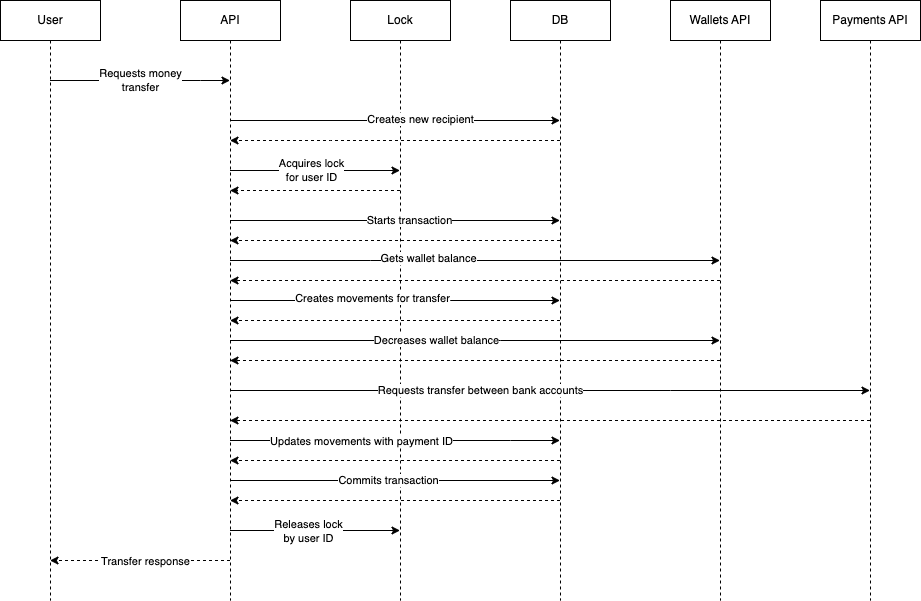
Before: docs/sequence.png, a diagram exported from draw.io (ariel17/ontop_challenge). Source tidied: cells renumbered, new cells last; positions are measured from the earlier drawing's top-left corner, leaving out a move shared by most shapes.
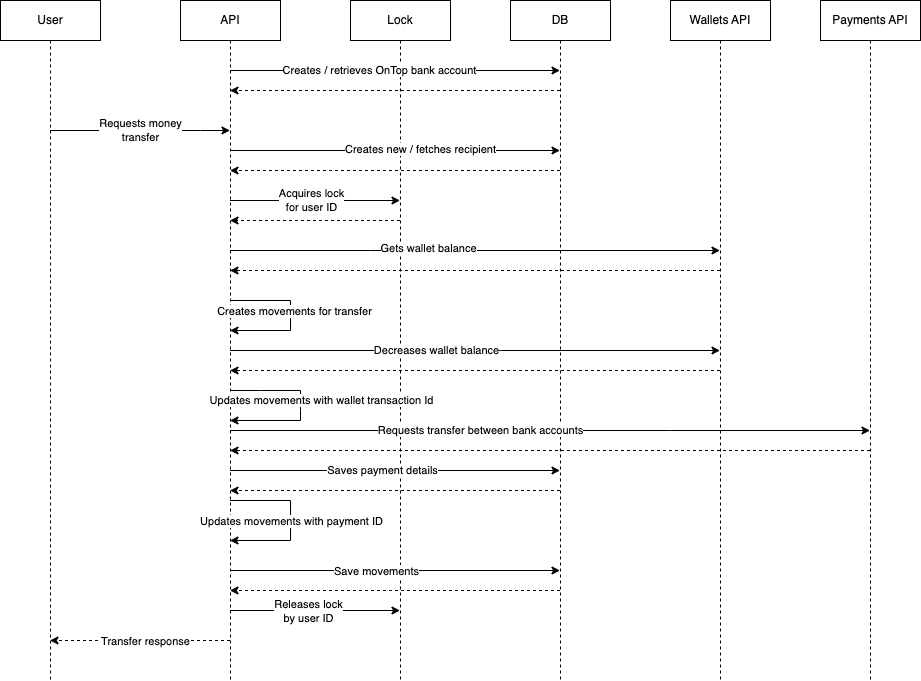
Above is the later version.

Commit message:
Updates sequence diagram.

Diff of the diagram source:
```diff
@@ -3,48 +3,48 @@
     <mxCell id="0" />
     <mxCell id="1" parent="0" />
     <mxCell id="2" value="User" style="shape=umlLifeline;perimeter=lifelinePerimeter;whiteSpace=wrap;html=1;outlineConnect=0;portConstraint=eastwest;newEdgeStyle={&quot;edgeStyle&quot;:&quot;elbowEdgeStyle&quot;,&quot;elbow&quot;:&quot;vertical&quot;,&quot;curved&quot;:0,&quot;rounded&quot;:0};" parent="1" vertex="1">
-      <mxGeometry width="100" height="600" as="geometry" />
+      <mxGeometry width="100" height="680" as="geometry" />
     </mxCell>
     <mxCell id="3" value="API" style="shape=umlLifeline;perimeter=lifelinePerimeter;whiteSpace=wrap;html=1;outlineConnect=0;portConstraint=eastwest;newEdgeStyle={&quot;edgeStyle&quot;:&quot;elbowEdgeStyle&quot;,&quot;elbow&quot;:&quot;vertical&quot;,&quot;curved&quot;:0,&quot;rounded&quot;:0};" parent="1" vertex="1">
-      <mxGeometry x="180" width="100" height="600" as="geometry" />
+      <mxGeometry x="180" width="100" height="680" as="geometry" />
     </mxCell>
     <mxCell id="4" value="Lock" style="shape=umlLifeline;perimeter=lifelinePerimeter;whiteSpace=wrap;html=1;outlineConnect=0;portConstraint=eastwest;newEdgeStyle={&quot;edgeStyle&quot;:&quot;elbowEdgeStyle&quot;,&quot;elbow&quot;:&quot;vertical&quot;,&quot;curved&quot;:0,&quot;rounded&quot;:0};" parent="1" vertex="1">
-      <mxGeometry x="350" width="100" height="600" as="geometry" />
+      <mxGeometry x="350" width="100" height="680" as="geometry" />
     </mxCell>
     <mxCell id="5" value="DB" style="shape=umlLifeline;perimeter=lifelinePerimeter;whiteSpace=wrap;html=1;outlineConnect=0;portConstraint=eastwest;newEdgeStyle={&quot;edgeStyle&quot;:&quot;elbowEdgeStyle&quot;,&quot;elbow&quot;:&quot;vertical&quot;,&quot;curved&quot;:0,&quot;rounded&quot;:0};" parent="1" vertex="1">
-      <mxGeometry x="510" width="100" height="600" as="geometry" />
+      <mxGeometry x="510" width="100" height="680" as="geometry" />
     </mxCell>
     <mxCell id="6" value="Wallets API" style="shape=umlLifeline;perimeter=lifelinePerimeter;whiteSpace=wrap;html=1;outlineConnect=0;portConstraint=eastwest;newEdgeStyle={&quot;edgeStyle&quot;:&quot;elbowEdgeStyle&quot;,&quot;elbow&quot;:&quot;vertical&quot;,&quot;curved&quot;:0,&quot;rounded&quot;:0};" parent="1" vertex="1">
-      <mxGeometry x="670" width="100" height="600" as="geometry" />
+      <mxGeometry x="670" width="100" height="680" as="geometry" />
     </mxCell>
     <mxCell id="7" value="Payments API" style="shape=umlLifeline;perimeter=lifelinePerimeter;whiteSpace=wrap;html=1;outlineConnect=0;portConstraint=eastwest;newEdgeStyle={&quot;edgeStyle&quot;:&quot;elbowEdgeStyle&quot;,&quot;elbow&quot;:&quot;vertical&quot;,&quot;curved&quot;:0,&quot;rounded&quot;:0};" parent="1" vertex="1">
-      <mxGeometry x="820" width="100" height="600" as="geometry" />
+      <mxGeometry x="820" width="100" height="680" as="geometry" />
     </mxCell>
     <mxCell id="8" value="Requests money&lt;br&gt;transfer" style="endArrow=classic;html=1;rounded=0;" parent="1" edge="1" source="2" target="3">
       <mxGeometry relative="1" as="geometry">
         <Array as="points">
-          <mxPoint x="200" y="80" />
+          <mxPoint x="200" y="130" />
         </Array>
       </mxGeometry>
     </mxCell>
     <mxCell id="9" style="endArrow=classic;html=1;rounded=0;" parent="1" edge="1" source="3" target="5">
       <mxGeometry relative="1" as="geometry">
         <Array as="points">
-          <mxPoint x="450" y="120" />
+          <mxPoint x="450" y="150" />
         </Array>
       </mxGeometry>
     </mxCell>
-    <mxCell id="10" value="Creates new recipient" style="edgeLabel;html=1;align=center;verticalAlign=middle;" parent="9" vertex="1">
+    <mxCell id="10" value="Creates new / fetches recipient" style="edgeLabel;html=1;align=center;verticalAlign=middle;" parent="9" vertex="1">
       <mxGeometry x="0.14" y="2" relative="1" as="geometry">
         <mxPoint x="1" as="offset" />
       </mxGeometry>
     </mxCell>
     <mxCell id="11" style="endArrow=classic;html=1;rounded=0;" parent="1" edge="1">
       <mxGeometry relative="1" as="geometry">
-        <mxPoint x="229.5" y="170" as="sourcePoint" />
-        <mxPoint x="399.5" y="170" as="targetPoint" />
+        <mxPoint x="229.5" y="200" as="sourcePoint" />
+        <mxPoint x="399.5" y="200" as="targetPoint" />
         <Array as="points">
-          <mxPoint x="340" y="170" />
+          <mxPoint x="340" y="200" />
         </Array>
       </mxGeometry>
     </mxCell>
@@ -54,7 +54,7 @@
     <mxCell id="13" style="endArrow=classic;html=1;rounded=0;" parent="1" edge="1" source="3" target="6">
       <mxGeometry relative="1" as="geometry">
         <Array as="points">
-          <mxPoint x="370" y="260" />
+          <mxPoint x="370" y="250" />
         </Array>
       </mxGeometry>
     </mxCell>
@@ -64,46 +64,42 @@
     <mxCell id="15" style="endArrow=classic;html=1;rounded=0;dashed=1;" parent="1" edge="1" source="5" target="3">
       <mxGeometry relative="1" as="geometry">
         <Array as="points">
-          <mxPoint x="330" y="140" />
+          <mxPoint x="330" y="170" />
         </Array>
       </mxGeometry>
     </mxCell>
     <mxCell id="16" style="endArrow=classic;html=1;rounded=0;dashed=1;" parent="1" edge="1" source="4" target="3">
       <mxGeometry relative="1" as="geometry">
         <Array as="points">
-          <mxPoint x="330" y="190" />
-          <mxPoint x="310" y="190" />
+          <mxPoint x="330" y="220" />
+          <mxPoint x="310" y="220" />
         </Array>
       </mxGeometry>
     </mxCell>
     <mxCell id="17" style="endArrow=classic;html=1;rounded=0;dashed=1;" parent="1" edge="1" source="6" target="3">
       <mxGeometry relative="1" as="geometry">
         <Array as="points">
-          <mxPoint x="510" y="280" />
+          <mxPoint x="510" y="270" />
         </Array>
       </mxGeometry>
     </mxCell>
-    <mxCell id="18" style="endArrow=classic;html=1;rounded=0;" parent="1" edge="1" source="3" target="5">
+    <mxCell id="18" style="endArrow=classic;html=1;rounded=0;" parent="1" edge="1" source="3" target="3">
       <mxGeometry relative="1" as="geometry">
         <Array as="points">
-          <mxPoint x="450" y="300" />
+          <mxPoint x="290" y="300" />
+          <mxPoint x="290" y="330" />
         </Array>
       </mxGeometry>
     </mxCell>
     <mxCell id="19" value="Creates movements for transfer" style="edgeLabel;html=1;align=center;verticalAlign=middle;" parent="18" vertex="1">
-      <mxGeometry x="-0.14" y="3" relative="1" as="geometry" />
+      <mxGeometry x="-0.14" y="3" relative="1" as="geometry">
+        <mxPoint y="6" as="offset" />
+      </mxGeometry>
     </mxCell>
-    <mxCell id="20" style="endArrow=classic;html=1;rounded=0;dashed=1;" parent="1" edge="1" source="5" target="3">
-      <mxGeometry relative="1" as="geometry">
-        <Array as="points">
-          <mxPoint x="440" y="320" />
-        </Array>
-      </mxGeometry>
-    </mxCell>
     <mxCell id="21" style="endArrow=classic;html=1;rounded=0;" parent="1" edge="1" source="3" target="6">
       <mxGeometry relative="1" as="geometry">
         <Array as="points">
-          <mxPoint x="500" y="340" />
+          <mxPoint x="500" y="350" />
         </Array>
       </mxGeometry>
     </mxCell>
@@ -113,14 +109,14 @@
     <mxCell id="23" style="endArrow=classic;html=1;rounded=0;dashed=1;" parent="1" edge="1" source="6" target="3">
       <mxGeometry relative="1" as="geometry">
         <Array as="points">
-          <mxPoint x="680" y="360" />
+          <mxPoint x="680" y="370" />
         </Array>
       </mxGeometry>
     </mxCell>
     <mxCell id="24" style="endArrow=classic;html=1;rounded=0;" parent="1" edge="1" source="3" target="7">
       <mxGeometry relative="1" as="geometry">
         <Array as="points">
-          <mxPoint x="670" y="390" />
+          <mxPoint x="670" y="430" />
         </Array>
       </mxGeometry>
     </mxCell>
@@ -132,60 +128,29 @@
     <mxCell id="26" style="endArrow=classic;html=1;rounded=0;dashed=1;" parent="1" edge="1" source="7" target="3">
       <mxGeometry relative="1" as="geometry">
         <Array as="points">
-          <mxPoint x="790" y="420" />
+          <mxPoint x="790" y="450" />
         </Array>
       </mxGeometry>
     </mxCell>
-    <mxCell id="27" style="endArrow=classic;html=1;rounded=0;" parent="1" edge="1" source="3" target="5">
+    <mxCell id="27" style="endArrow=none;html=1;rounded=0;startArrow=classic;startFill=1;endFill=0;" parent="1" edge="1" source="3" target="3">
       <mxGeometry relative="1" as="geometry">
         <Array as="points">
-          <mxPoint x="510" y="440" />
+          <mxPoint x="290" y="540" />
+          <mxPoint x="290" y="520" />
+          <mxPoint x="290" y="530" />
+          <mxPoint x="290" y="500" />
         </Array>
       </mxGeometry>
     </mxCell>
     <mxCell id="28" value="Updates movements with payment ID" style="edgeLabel;html=1;align=center;verticalAlign=middle;" parent="27" vertex="1">
-      <mxGeometry x="-0.21" relative="1" as="geometry" />
+      <mxGeometry x="-0.21" relative="1" as="geometry">
+        <mxPoint y="-8" as="offset" />
+      </mxGeometry>
     </mxCell>
-    <mxCell id="29" style="endArrow=classic;html=1;rounded=0;dashed=1;" parent="1" edge="1" source="5" target="3">
-      <mxGeometry relative="1" as="geometry">
-        <Array as="points">
-          <mxPoint x="340" y="460" />
-        </Array>
-      </mxGeometry>
-    </mxCell>
-    <mxCell id="30" style="endArrow=classic;html=1;rounded=0;" parent="1" edge="1" source="3" target="5">
-      <mxGeometry relative="1" as="geometry">
-        <Array as="points">
-          <mxPoint x="430" y="220" />
-        </Array>
-      </mxGeometry>
-    </mxCell>
-    <mxCell id="31" value="Starts transaction" style="edgeLabel;html=1;align=center;verticalAlign=middle;" parent="30" vertex="1">
-      <mxGeometry x="0.08" y="1" relative="1" as="geometry">
-        <mxPoint x="1" as="offset" />
-      </mxGeometry>
-    </mxCell>
-    <mxCell id="32" style="endArrow=classic;html=1;rounded=0;dashed=1;" parent="1" edge="1" source="5" target="3">
-      <mxGeometry relative="1" as="geometry">
-        <Array as="points">
-          <mxPoint x="490" y="240" />
-        </Array>
-      </mxGeometry>
-    </mxCell>
-    <mxCell id="33" style="endArrow=classic;html=1;rounded=0;" parent="1" edge="1" source="3" target="5">
-      <mxGeometry relative="1" as="geometry">
-        <Array as="points">
-          <mxPoint x="410" y="480" />
-        </Array>
-      </mxGeometry>
-    </mxCell>
-    <mxCell id="34" value="Commits transaction" style="edgeLabel;html=1;align=center;verticalAlign=middle;" parent="33" vertex="1">
-      <mxGeometry x="-0.04" y="1" relative="1" as="geometry" />
-    </mxCell>
     <mxCell id="35" style="endArrow=classic;html=1;rounded=0;dashed=1;" parent="1" edge="1" source="3" target="2">
       <mxGeometry relative="1" as="geometry">
         <Array as="points">
-          <mxPoint x="120" y="560" />
+          <mxPoint x="110" y="640" />
         </Array>
       </mxGeometry>
     </mxCell>
@@ -194,22 +159,83 @@
         <mxPoint x="1" as="offset" />
       </mxGeometry>
     </mxCell>
-    <mxCell id="37" style="endArrow=classic;html=1;rounded=0;dashed=1;" parent="1" edge="1" source="5" target="3">
-      <mxGeometry relative="1" as="geometry">
-        <Array as="points">
-          <mxPoint x="430" y="500" />
-        </Array>
-      </mxGeometry>
-    </mxCell>
     <mxCell id="38" style="endArrow=classic;html=1;rounded=0;" parent="1" edge="1" source="3" target="4">
       <mxGeometry relative="1" as="geometry">
         <Array as="points">
-          <mxPoint x="320" y="530" />
+          <mxPoint x="320" y="610" />
         </Array>
       </mxGeometry>
     </mxCell>
     <mxCell id="39" value="Releases lock &lt;br&gt;by user ID" style="edgeLabel;html=1;align=center;verticalAlign=middle;" parent="38" vertex="1">
       <mxGeometry x="-0.09" relative="1" as="geometry" />
     </mxCell>
+    <mxCell id="40" style="endArrow=classic;html=1;rounded=0;" parent="1" edge="1" source="3" target="3">
+      <mxGeometry relative="1" as="geometry">
+        <Array as="points">
+          <mxPoint x="260" y="390" />
+          <mxPoint x="300" y="390" />
+          <mxPoint x="300" y="410" />
+          <mxPoint x="300" y="420" />
+        </Array>
+      </mxGeometry>
+    </mxCell>
+    <mxCell id="41" value="Updates movements with wallet transaction Id" style="edgeLabel;html=1;align=center;verticalAlign=middle;" parent="40" vertex="1">
+      <mxGeometry x="-0.14" y="3" relative="1" as="geometry">
+        <mxPoint x="17" y="6" as="offset" />
+      </mxGeometry>
+    </mxCell>
+    <mxCell id="42" style="endArrow=classic;html=1;rounded=0;" parent="1" edge="1" source="3" target="5">
+      <mxGeometry relative="1" as="geometry">
+        <Array as="points">
+          <mxPoint x="390" y="570" />
+        </Array>
+      </mxGeometry>
+    </mxCell>
+    <mxCell id="43" value="Save movements" style="edgeLabel;html=1;align=center;verticalAlign=middle;" parent="42" vertex="1">
+      <mxGeometry x="-0.12" relative="1" as="geometry">
+        <mxPoint x="1" as="offset" />
+      </mxGeometry>
+    </mxCell>
+    <mxCell id="44" style="endArrow=classic;html=1;rounded=0;" parent="1" edge="1" source="3" target="5">
+      <mxGeometry relative="1" as="geometry">
+        <Array as="points">
+          <mxPoint x="400" y="470" />
+        </Array>
+      </mxGeometry>
+    </mxCell>
+    <mxCell id="45" value="Saves payment details" style="edgeLabel;html=1;align=center;verticalAlign=middle;" parent="44" vertex="1">
+      <mxGeometry x="-0.08" y="1" relative="1" as="geometry" />
+    </mxCell>
+    <mxCell id="46" style="endArrow=classic;html=1;rounded=0;dashed=1;" parent="1" edge="1" source="5" target="3">
+      <mxGeometry relative="1" as="geometry">
+        <Array as="points">
+          <mxPoint x="390" y="490" />
+        </Array>
+      </mxGeometry>
+    </mxCell>
+    <mxCell id="47" style="endArrow=classic;html=1;rounded=0;dashed=1;" parent="1" edge="1" source="5" target="3">
+      <mxGeometry relative="1" as="geometry">
+        <Array as="points">
+          <mxPoint x="390" y="590" />
+        </Array>
+      </mxGeometry>
+    </mxCell>
+    <mxCell id="48" style="endArrow=classic;html=1;rounded=0;" parent="1" edge="1" source="3" target="5">
+      <mxGeometry relative="1" as="geometry">
+        <Array as="points">
+          <mxPoint x="400" y="70" />
+        </Array>
+      </mxGeometry>
+    </mxCell>
+    <mxCell id="49" value="Creates / retrieves OnTop bank account" style="edgeLabel;html=1;align=center;verticalAlign=middle;" parent="48" vertex="1">
+      <mxGeometry x="-0.1" y="1" relative="1" as="geometry" />
+    </mxCell>
+    <mxCell id="50" style="endArrow=classic;html=1;rounded=0;dashed=1;" parent="1" edge="1" source="5" target="3">
+      <mxGeometry relative="1" as="geometry">
+        <Array as="points">
+          <mxPoint x="340" y="90" />
+        </Array>
+      </mxGeometry>
+    </mxCell>
   </root>
 </mxGraphModel>
```
